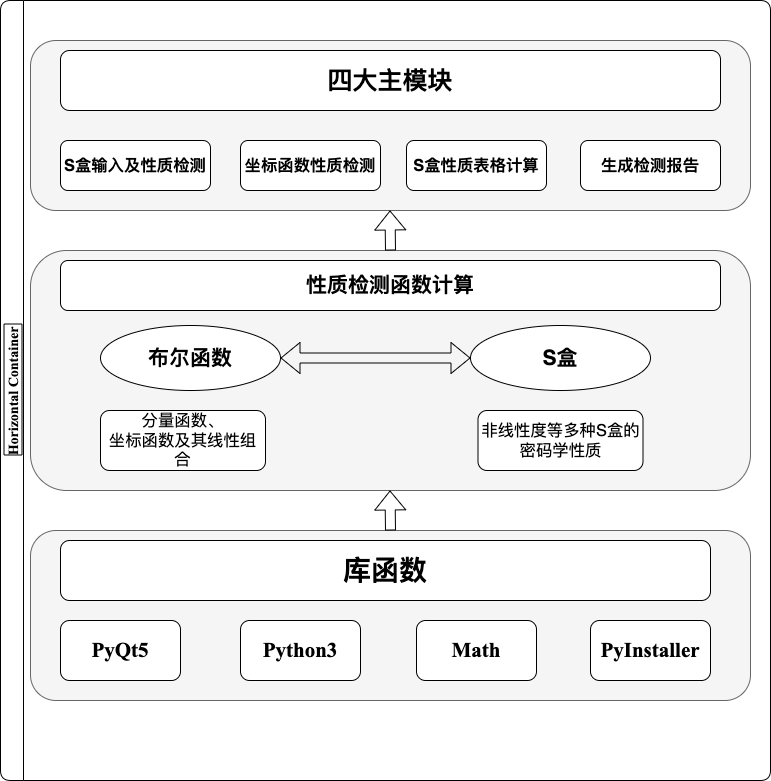
Before: jiagou.png, a diagram exported from draw.io (GRHun/image-PicX). Source tidied: cells renumbered, new cells last; positions are measured from the earlier drawing's top-left corner, leaving out a move shared by most shapes.
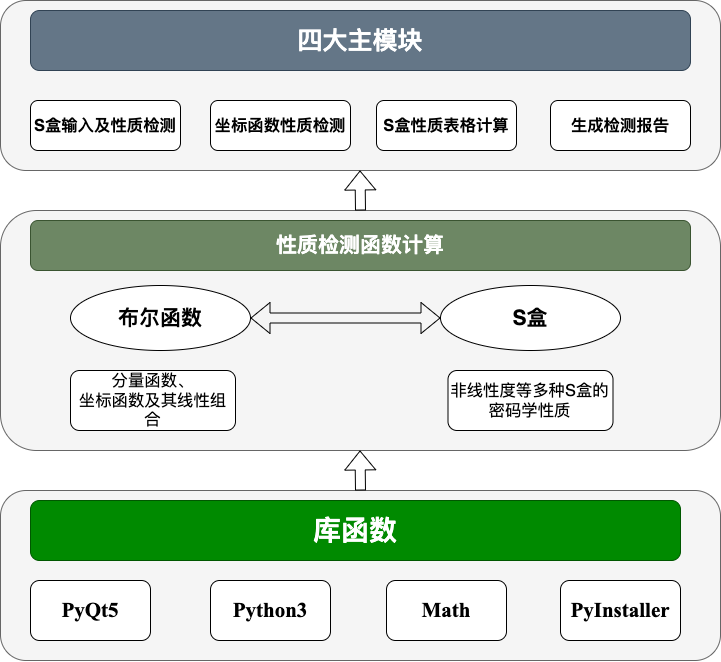
The same file after the commit.

Diff of the diagram source:
```diff
@@ -5,7 +5,7 @@
     <mxCell id="2" style="rounded=1;whiteSpace=wrap;html=1;labelBackgroundColor=#99FFFF;fontFamily=Times New Roman;fillColor=#f5f5f5;strokeColor=#666666;glass=0;shadow=0;sketch=0;fontColor=#333333;" parent="1" vertex="1">
       <mxGeometry x="30" y="40" width="720" height="170" as="geometry" />
     </mxCell>
-    <mxCell id="3" value="&lt;h1&gt;&lt;font style=&quot;font-size: 25px;&quot; face=&quot;宋体&quot;&gt;四大主模块&lt;/font&gt;&lt;/h1&gt;" style="rounded=1;whiteSpace=wrap;html=1;fontStyle=1;fontFamily=Times New Roman;glass=0;" parent="1" vertex="1">
+    <mxCell id="3" value="&lt;h1&gt;&lt;font style=&quot;font-size: 25px;&quot; face=&quot;宋体&quot;&gt;四大主模块&lt;/font&gt;&lt;/h1&gt;" style="rounded=1;whiteSpace=wrap;html=1;fontStyle=1;fontFamily=Times New Roman;glass=0;fillColor=#647687;strokeColor=#314354;fontColor=#ffffff;" parent="1" vertex="1">
       <mxGeometry x="60" y="50" width="660" height="60" as="geometry" />
     </mxCell>
     <mxCell id="4" value="&lt;h3&gt;S盒输入及性质检测&lt;/h3&gt;" style="rounded=1;whiteSpace=wrap;html=1;shadow=0;glass=0;sketch=0;fontSize=14;" parent="1" vertex="1">
@@ -23,7 +23,7 @@
     <mxCell id="8" style="rounded=1;whiteSpace=wrap;html=1;labelBackgroundColor=#99FFFF;fontFamily=Times New Roman;fillColor=#f5f5f5;strokeColor=#666666;glass=0;shadow=0;sketch=0;fontColor=#333333;" parent="1" vertex="1">
       <mxGeometry x="30" y="250" width="720" height="240" as="geometry" />
     </mxCell>
-    <mxCell id="9" value="&lt;h2&gt;性质检测函数计算&lt;/h2&gt;" style="rounded=1;whiteSpace=wrap;html=1;shadow=0;glass=0;sketch=0;fontSize=14;" parent="1" vertex="1">
+    <mxCell id="9" value="&lt;h2&gt;性质检测函数计算&lt;/h2&gt;" style="rounded=1;whiteSpace=wrap;html=1;shadow=0;glass=0;sketch=0;fontSize=14;fillColor=#6d8764;fontColor=#ffffff;strokeColor=#3A5431;" parent="1" vertex="1">
       <mxGeometry x="60" y="260" width="660" height="50" as="geometry" />
     </mxCell>
     <mxCell id="10" style="shape=flexArrow;endArrow=classic;html=1;rounded=0;fontSize=14;" parent="1" edge="1">
@@ -56,7 +56,7 @@
         <mxPoint x="389.5" y="490" as="targetPoint" />
       </mxGeometry>
     </mxCell>
-    <mxCell id="18" value="&lt;h1&gt;库函数&lt;/h1&gt;" style="rounded=1;whiteSpace=wrap;html=1;shadow=0;glass=0;sketch=0;fontSize=14;" parent="1" vertex="1">
+    <mxCell id="18" value="&lt;h1&gt;库函数&lt;/h1&gt;" style="rounded=1;whiteSpace=wrap;html=1;shadow=0;glass=0;sketch=0;fontSize=14;fillColor=#008a00;strokeColor=#005700;fontColor=#ffffff;" parent="1" vertex="1">
       <mxGeometry x="60" y="540" width="650" height="60" as="geometry" />
     </mxCell>
     <mxCell id="19" value="&lt;h2&gt;&lt;font face=&quot;Times New Roman&quot;&gt;PyQt5&lt;/font&gt;&lt;/h2&gt;" style="rounded=1;whiteSpace=wrap;html=1;shadow=0;glass=0;sketch=0;fontSize=14;" parent="1" vertex="1">
@@ -71,8 +71,5 @@
     <mxCell id="22" value="&lt;h2&gt;&lt;font face=&quot;Times New Roman&quot;&gt;PyInstaller&lt;/font&gt;&lt;/h2&gt;" style="rounded=1;whiteSpace=wrap;html=1;shadow=0;glass=0;sketch=0;fontSize=14;" parent="1" vertex="1">
       <mxGeometry x="590" y="620" width="120" height="60" as="geometry" />
     </mxCell>
-    <mxCell id="23" value="Horizontal Container" style="swimlane;horizontal=0;rounded=1;shadow=0;glass=0;sketch=0;fontFamily=Times New Roman;fontSize=14;labelBackgroundColor=default;labelBorderColor=default;" parent="1" vertex="1">
-      <mxGeometry width="770" height="780" as="geometry" />
-    </mxCell>
   </root>
 </mxGraphModel>
```
